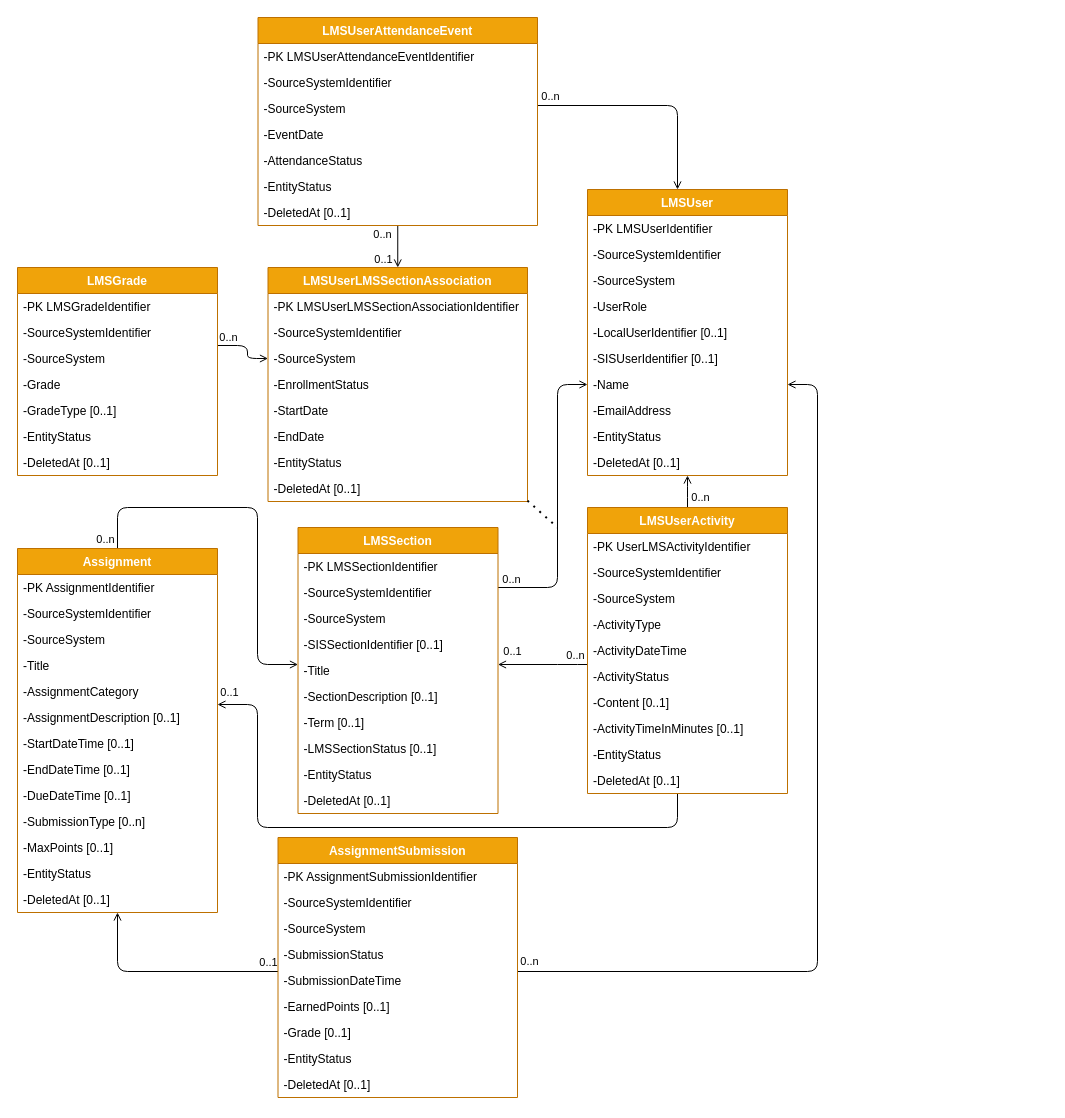
Above: page "Proposed UDM" (1 of 5) of docs/FIZZ-API-UML.drawio in Ed-Fi-Exchange-OSS/LMS-Toolkit (draw.io), before the change. Source tidied: cells renumbered, new cells numbered last; positions are measured from the earlier drawing's top-left corner, leaving out a move shared by most shapes. Both pictures are drawn from the tidied source at 100%, with x=0, y=0 at pixel (17, 17).
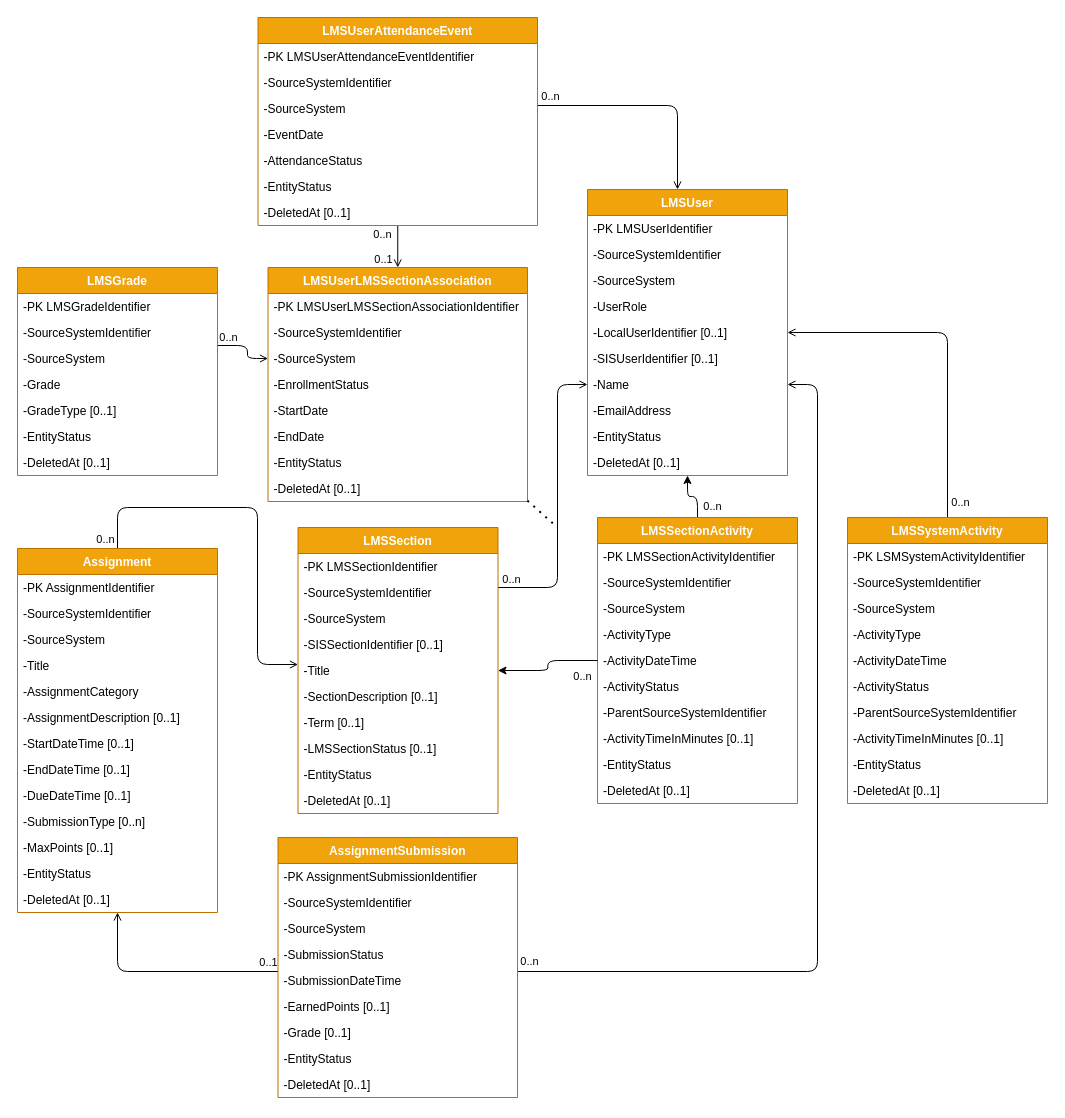
The same diagram, later.

The change refers to these unchanged cells:
```xml
<mxCell id="29" value="Assignment" style="swimlane;fontStyle=1;horizontal=1;startSize=26;fillColor=#f0a30a;strokeColor=#BD7000;fontColor=#ffffff;" parent="1" vertex="1">
  <mxGeometry y="531" width="200" height="364" as="geometry" />
</mxCell>
<mxCell id="46" value="LMSSection" style="swimlane;fontStyle=1;horizontal=1;startSize=26;fillColor=#f0a30a;strokeColor=#BD7000;fontColor=#ffffff;" parent="1" vertex="1">
  <mxGeometry x="280.5" y="510" width="200" height="286" as="geometry" />
</mxCell>
<mxCell id="51" value="-Title" style="text;align=left;verticalAlign=top;spacingLeft=4;spacingRight=4;overflow=hidden;points=[[0,0.5],[1,0.5]];portConstraint=eastwest;" parent="46" vertex="1">
  <mxGeometry y="130" width="200" height="26" as="geometry" />
</mxCell>
<mxCell id="75" value="LMSUser" style="swimlane;fontStyle=1;horizontal=1;startSize=26;align=center;fillColor=#f0a30a;strokeColor=#BD7000;fontColor=#ffffff;" parent="1" vertex="1">
  <mxGeometry x="570" y="172" width="200" height="286" as="geometry" />
</mxCell>
<mxCell id="80" value="-LocalUserIdentifier [0..1]" style="text;align=left;verticalAlign=top;spacingLeft=4;spacingRight=4;overflow=hidden;points=[[0,0.5],[1,0.5]];portConstraint=eastwest;" parent="75" vertex="1">
  <mxGeometry y="130" width="200" height="26" as="geometry" />
</mxCell>
```

Diff of the diagram source:
```diff
@@
-    <mxCell id="10" style="edgeStyle=orthogonalEdgeStyle;rounded=1;jettySize=auto;html=1;startArrow=none;startFill=0;endArrow=open;endFill=0;" parent="1" edge="1" source="86" target="75">
-      <mxGeometry relative="1" as="geometry" />
+    <mxCell id="10" style="edgeStyle=orthogonalEdgeStyle;rounded=1;jettySize=auto;html=1;startArrow=none;startFill=0;endArrow=open;endFill=0;entryX=1;entryY=0.5;entryDx=0;entryDy=0;" parent="1" edge="1" source="86" target="80">
+      <mxGeometry relative="1" as="geometry">
+        <Array as="points">
+          <mxPoint x="930" y="315" />
+        </Array>
+      </mxGeometry>
     </mxCell>
     <mxCell id="11" value="0..n" style="edgeLabel;html=1;align=center;verticalAlign=middle;" parent="10" vertex="1">
       <mxGeometry x="-0.67" relative="1" as="geometry">
-        <mxPoint x="12" y="-2.2" as="offset" />
+        <mxPoint x="12" y="41" as="offset" />
       </mxGeometry>
     </mxCell>
@@
-    <mxCell id="19" style="edgeStyle=orthogonalEdgeStyle;rounded=1;jettySize=auto;html=1;startArrow=none;startFill=0;endArrow=open;endFill=0;" parent="1" edge="1" source="86" target="29">
-      <mxGeometry relative="1" as="geometry">
-        <Array as="points">
-          <mxPoint x="660" y="810" />
-          <mxPoint x="240" y="810" />
-          <mxPoint x="240" y="687" />
-        </Array>
-      </mxGeometry>
-    </mxCell>
-    <mxCell id="20" value="0..1" style="edgeLabel;html=1;align=center;verticalAlign=middle;" parent="19" vertex="1">
-      <mxGeometry x="0.9" relative="1" as="geometry">
-        <mxPoint x="-20" y="-13" as="offset" />
-      </mxGeometry>
-    </mxCell>
@@
-    <mxCell id="43" style="edgeStyle=orthogonalEdgeStyle;rounded=1;jettySize=auto;html=1;startArrow=none;startFill=0;endArrow=open;endFill=0;" parent="1" edge="1" source="86" target="46">
-      <mxGeometry relative="1" as="geometry">
-        <Array as="points">
-          <mxPoint x="550" y="647" />
-          <mxPoint x="550" y="647" />
-        </Array>
-      </mxGeometry>
-    </mxCell>
-    <mxCell id="44" value="0..1" style="edgeLabel;html=1;align=center;verticalAlign=middle;" parent="43" vertex="1">
-      <mxGeometry x="0.88" y="-2" relative="1" as="geometry">
-        <mxPoint x="8" y="-12" as="offset" />
-      </mxGeometry>
-    </mxCell>
-    <mxCell id="45" value="0..n" style="edgeLabel;html=1;align=center;verticalAlign=middle;" parent="43" vertex="1">
-      <mxGeometry x="-0.71" y="1" relative="1" as="geometry">
-        <mxPoint y="-11" as="offset" />
-      </mxGeometry>
-    </mxCell>
@@
+    <mxCell id="97" value="LMSUserLMSSectionAssociation" style="swimlane;fontStyle=1;horizontal=1;startSize=26;fillColor=#f0a30a;strokeColor=#BD7000;fontColor=#ffffff;" parent="1" vertex="1">
+      <mxGeometry x="250.5" y="250" width="259.5" height="234" as="geometry" />
+    </mxCell>
+    <mxCell id="98" value="-PK LMSUserLMSSectionAssociationIdentifier" style="text;align=left;verticalAlign=top;spacingLeft=4;spacingRight=4;overflow=hidden;" parent="97" vertex="1">
+      <mxGeometry y="26" width="259.5" height="26" as="geometry" />
+    </mxCell>
+    <mxCell id="99" value="-SourceSystemIdentifier" style="text;align=left;verticalAlign=top;spacingLeft=4;spacingRight=4;overflow=hidden;" parent="97" vertex="1">
+      <mxGeometry y="52" width="259.5" height="26" as="geometry" />
+    </mxCell>
+    <mxCell id="100" value="-SourceSystem" style="text;align=left;verticalAlign=top;spacingLeft=4;spacingRight=4;overflow=hidden;" parent="97" vertex="1">
+      <mxGeometry y="78" width="259.5" height="26" as="geometry" />
+    </mxCell>
+    <mxCell id="101" value="-EnrollmentStatus" style="text;align=left;verticalAlign=top;spacingLeft=4;spacingRight=4;overflow=hidden;" parent="97" vertex="1">
+      <mxGeometry y="104" width="259.5" height="26" as="geometry" />
+    </mxCell>
+    <mxCell id="102" value="-StartDate" style="text;align=left;verticalAlign=top;spacingLeft=4;spacingRight=4;overflow=hidden;" parent="97" vertex="1">
+      <mxGeometry y="130" width="259.5" height="26" as="geometry" />
+    </mxCell>
+    <mxCell id="103" value="-EndDate" style="text;align=left;verticalAlign=top;spacingLeft=4;spacingRight=4;overflow=hidden;" parent="97" vertex="1">
+      <mxGeometry y="156" width="259.5" height="26" as="geometry" />
+    </mxCell>
+    <mxCell id="104" value="-EntityStatus" style="text;align=left;verticalAlign=top;spacingLeft=4;spacingRight=4;overflow=hidden;" parent="97" vertex="1">
+      <mxGeometry y="182" width="259.5" height="26" as="geometry" />
+    </mxCell>
+    <mxCell id="105" value="-DeletedAt [0..1]" style="text;align=left;verticalAlign=top;spacingLeft=4;spacingRight=4;overflow=hidden;" parent="97" vertex="1">
+      <mxGeometry y="208" width="259.5" height="26" as="geometry" />
+    </mxCell>
+    <mxCell id="106" style="endArrow=none;dashed=1;html=1;dashPattern=1 3;strokeWidth=2;" parent="1" edge="1" source="97">
+      <mxGeometry relative="1" as="geometry">
+        <mxPoint x="540" y="510" as="targetPoint" />
+      </mxGeometry>
+    </mxCell>
+    <mxCell id="107" style="edgeStyle=orthogonalEdgeStyle;rounded=1;jettySize=auto;html=1;exitX=0.5;exitY=0;exitDx=0;exitDy=0;" parent="1" edge="1" source="108" target="75">
+      <mxGeometry relative="1" as="geometry" />
+    </mxCell>
+    <mxCell id="108" value="LMSSectionActivity" style="swimlane;fontStyle=1;horizontal=1;startSize=26;fillColor=#f0a30a;strokeColor=#BD7000;fontColor=#ffffff;" parent="1" vertex="1">
+      <mxGeometry x="580" y="500" width="200" height="286" as="geometry" />
+    </mxCell>
+    <mxCell id="109" value="-PK LMSSectionActivityIdentifier" style="text;align=left;verticalAlign=top;spacingLeft=4;spacingRight=4;overflow=hidden;" parent="108" vertex="1">
+      <mxGeometry y="26" width="200" height="26" as="geometry" />
+    </mxCell>
+    <mxCell id="110" value="-SourceSystemIdentifier" style="text;align=left;verticalAlign=top;spacingLeft=4;spacingRight=4;overflow=hidden;" parent="108" vertex="1">
+      <mxGeometry y="52" width="200" height="26" as="geometry" />
+    </mxCell>
+    <mxCell id="111" value="-SourceSystem" style="text;align=left;verticalAlign=top;spacingLeft=4;spacingRight=4;overflow=hidden;" parent="108" vertex="1">
+      <mxGeometry y="78" width="200" height="26" as="geometry" />
+    </mxCell>
+    <mxCell id="112" value="-ActivityType" style="text;align=left;verticalAlign=top;spacingLeft=4;spacingRight=4;overflow=hidden;" parent="108" vertex="1">
+      <mxGeometry y="104" width="200" height="26" as="geometry" />
+    </mxCell>
+    <mxCell id="113" value="-ActivityDateTime" style="text;align=left;verticalAlign=top;spacingLeft=4;spacingRight=4;overflow=hidden;points=[[0,0.5],[1,0.5]];portConstraint=eastwest;" parent="108" vertex="1">
+      <mxGeometry y="130" width="200" height="26" as="geometry" />
+    </mxCell>
+    <mxCell id="114" value="-ActivityStatus" style="text;align=left;verticalAlign=top;spacingLeft=4;spacingRight=4;overflow=hidden;" parent="108" vertex="1">
+      <mxGeometry y="156" width="200" height="26" as="geometry" />
+    </mxCell>
+    <mxCell id="115" value="-ParentSourceSystemIdentifier" style="text;align=left;verticalAlign=top;spacingLeft=4;spacingRight=4;overflow=hidden;" parent="108" vertex="1">
+      <mxGeometry y="182" width="200" height="26" as="geometry" />
+    </mxCell>
+    <mxCell id="116" value="-ActivityTimeInMinutes [0..1]" style="text;align=left;verticalAlign=top;spacingLeft=4;spacingRight=4;overflow=hidden;" parent="108" vertex="1">
+      <mxGeometry y="208" width="200" height="26" as="geometry" />
+    </mxCell>
+    <mxCell id="117" value="-EntityStatus" style="text;align=left;verticalAlign=top;spacingLeft=4;spacingRight=4;overflow=hidden;" parent="108" vertex="1">
+      <mxGeometry y="234" width="200" height="26" as="geometry" />
+    </mxCell>
+    <mxCell id="118" value="-DeletedAt [0..1]" style="text;align=left;verticalAlign=top;spacingLeft=4;spacingRight=4;overflow=hidden;" parent="108" vertex="1">
+      <mxGeometry y="260" width="200" height="26" as="geometry" />
+    </mxCell>
-    <mxCell id="86" value="LMSUserActivity" style="swimlane;fontStyle=1;horizontal=1;startSize=26;fillColor=#f0a30a;strokeColor=#BD7000;fontColor=#ffffff;" parent="1" vertex="1">
-      <mxGeometry x="570" y="490" width="200" height="286" as="geometry" />
+    <mxCell id="86" value="LMSSystemActivity" style="swimlane;fontStyle=1;horizontal=1;startSize=26;fillColor=#f0a30a;strokeColor=#BD7000;fontColor=#ffffff;" parent="1" vertex="1">
+      <mxGeometry x="830" y="500" width="200" height="286" as="geometry" />
     </mxCell>
-    <mxCell id="87" value="-PK UserLMSActivityIdentifier" style="text;align=left;verticalAlign=top;spacingLeft=4;spacingRight=4;overflow=hidden;" parent="86" vertex="1">
+    <mxCell id="87" value="-PK LSMSystemActivityIdentifier" style="text;align=left;verticalAlign=top;spacingLeft=4;spacingRight=4;overflow=hidden;" parent="86" vertex="1">
       <mxGeometry y="26" width="200" height="26" as="geometry" />
     </mxCell>
@@
-    <mxCell id="93" value="-Content [0..1]" style="text;align=left;verticalAlign=top;spacingLeft=4;spacingRight=4;overflow=hidden;" parent="86" vertex="1">
+    <mxCell id="93" value="-ParentSourceSystemIdentifier" style="text;align=left;verticalAlign=top;spacingLeft=4;spacingRight=4;overflow=hidden;" parent="86" vertex="1">
       <mxGeometry y="182" width="200" height="26" as="geometry" />
     </mxCell>
@@
-    <mxCell id="97" value="LMSUserLMSSectionAssociation" style="swimlane;fontStyle=1;horizontal=1;startSize=26;fillColor=#f0a30a;strokeColor=#BD7000;fontColor=#ffffff;" parent="1" vertex="1">
-      <mxGeometry x="250.5" y="250" width="259.5" height="234" as="geometry" />
-    </mxCell>
-    <mxCell id="98" value="-PK LMSUserLMSSectionAssociationIdentifier" style="text;align=left;verticalAlign=top;spacingLeft=4;spacingRight=4;overflow=hidden;" parent="97" vertex="1">
-      <mxGeometry y="26" width="259.5" height="26" as="geometry" />
-    </mxCell>
-    <mxCell id="99" value="-SourceSystemIdentifier" style="text;align=left;verticalAlign=top;spacingLeft=4;spacingRight=4;overflow=hidden;" parent="97" vertex="1">
-      <mxGeometry y="52" width="259.5" height="26" as="geometry" />
-    </mxCell>
-    <mxCell id="100" value="-SourceSystem" style="text;align=left;verticalAlign=top;spacingLeft=4;spacingRight=4;overflow=hidden;" parent="97" vertex="1">
-      <mxGeometry y="78" width="259.5" height="26" as="geometry" />
-    </mxCell>
-    <mxCell id="101" value="-EnrollmentStatus" style="text;align=left;verticalAlign=top;spacingLeft=4;spacingRight=4;overflow=hidden;" parent="97" vertex="1">
-      <mxGeometry y="104" width="259.5" height="26" as="geometry" />
-    </mxCell>
-    <mxCell id="102" value="-StartDate" style="text;align=left;verticalAlign=top;spacingLeft=4;spacingRight=4;overflow=hidden;" parent="97" vertex="1">
-      <mxGeometry y="130" width="259.5" height="26" as="geometry" />
-    </mxCell>
-    <mxCell id="103" value="-EndDate" style="text;align=left;verticalAlign=top;spacingLeft=4;spacingRight=4;overflow=hidden;" parent="97" vertex="1">
-      <mxGeometry y="156" width="259.5" height="26" as="geometry" />
-    </mxCell>
-    <mxCell id="104" value="-EntityStatus" style="text;align=left;verticalAlign=top;spacingLeft=4;spacingRight=4;overflow=hidden;" parent="97" vertex="1">
-      <mxGeometry y="182" width="259.5" height="26" as="geometry" />
-    </mxCell>
-    <mxCell id="105" value="-DeletedAt [0..1]" style="text;align=left;verticalAlign=top;spacingLeft=4;spacingRight=4;overflow=hidden;" parent="97" vertex="1">
-      <mxGeometry y="208" width="259.5" height="26" as="geometry" />
-    </mxCell>
-    <mxCell id="106" style="endArrow=none;dashed=1;html=1;dashPattern=1 3;strokeWidth=2;" parent="1" edge="1" source="97">
-      <mxGeometry relative="1" as="geometry">
-        <mxPoint x="540" y="510" as="targetPoint" />
-      </mxGeometry>
-    </mxCell>
+    <mxCell id="119" style="edgeStyle=orthogonalEdgeStyle;rounded=1;jettySize=auto;html=1;exitX=0;exitY=0.5;exitDx=0;exitDy=0;entryX=1;entryY=0.5;entryDx=0;entryDy=0;" parent="1" edge="1" source="113" target="51">
+      <mxGeometry relative="1" as="geometry" />
+    </mxCell>
+    <mxCell id="120" value="0..n" style="edgeLabel;html=1;align=center;verticalAlign=middle;" parent="1" vertex="1">
+      <mxGeometry x="952" y="494" as="geometry">
+        <mxPoint x="-258" y="-6" as="offset" />
+      </mxGeometry>
+    </mxCell>
+    <mxCell id="121" value="0..n" style="edgeLabel;html=1;align=center;verticalAlign=middle;" parent="1" vertex="1">
+      <mxGeometry x="962" y="504" as="geometry">
+        <mxPoint x="-398" y="154" as="offset" />
+      </mxGeometry>
+    </mxCell>
```
